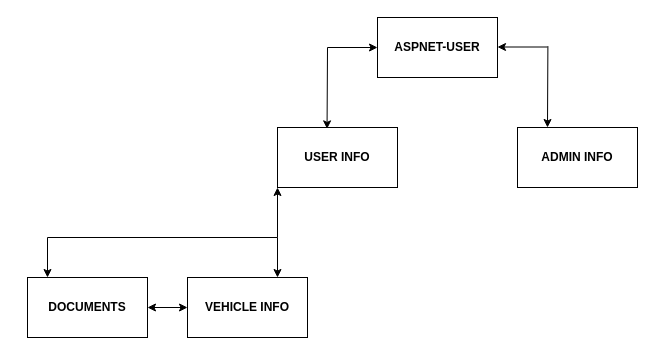
The draw.io diagram Untitled Diagram.drawio in kyree-henry/VMS-Database-Schema, before the edit. Source tidied: cells renumbered, new cells numbered last; positions are measured from the earlier drawing's top-left corner, leaving out a move shared by most shapes. Both pictures are drawn from the tidied source at 100%, with x=0, y=0 at pixel (27, 17).
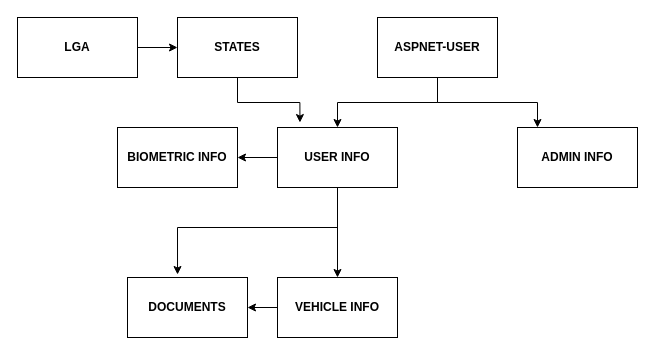
After the change.

Unchanged cells that the change refers to:
```xml
<mxCell id="2" value="&lt;b&gt;ASPNET-USER&lt;/b&gt;" style="rounded=0;whiteSpace=wrap;html=1;" parent="1" vertex="1">
  <mxGeometry x="350" width="120" height="60" as="geometry" />
</mxCell>
<mxCell id="3" value="&lt;b&gt;&lt;font style=&quot;font-size: 12px;&quot;&gt;USER INFO&lt;/font&gt;&lt;/b&gt;" style="rounded=0;whiteSpace=wrap;html=1;" parent="1" vertex="1">
  <mxGeometry x="250" y="110" width="120" height="60" as="geometry" />
</mxCell>
<mxCell id="6" value="&lt;b&gt;&lt;font style=&quot;font-size: 12px;&quot;&gt;ADMIN INFO&lt;/font&gt;&lt;/b&gt;" style="rounded=0;whiteSpace=wrap;html=1;" parent="1" vertex="1">
  <mxGeometry x="490" y="110" width="120" height="60" as="geometry" />
</mxCell>
```

The edit, as a diff of the source:
```diff
@@
+    <mxCell id="16" style="edgeStyle=orthogonalEdgeStyle;rounded=0;jettySize=auto;html=1;fontSize=12;" parent="1" edge="1" source="2" target="3">
+      <mxGeometry relative="1" as="geometry" />
+    </mxCell>
+    <mxCell id="17" style="edgeStyle=orthogonalEdgeStyle;rounded=0;jettySize=auto;html=1;fontSize=12;" parent="1" edge="1" source="2" target="6">
+      <mxGeometry relative="1" as="geometry">
+        <Array as="points">
+          <mxPoint x="410" y="85" />
+          <mxPoint x="510" y="85" />
+        </Array>
+      </mxGeometry>
+    </mxCell>
@@
+    <mxCell id="18" style="edgeStyle=orthogonalEdgeStyle;rounded=0;jettySize=auto;html=1;fontSize=12;" parent="1" edge="1" source="3" target="26">
+      <mxGeometry relative="1" as="geometry" />
+    </mxCell>
+    <mxCell id="19" style="edgeStyle=orthogonalEdgeStyle;rounded=0;jettySize=auto;html=1;fontSize=12;entryX=0.417;entryY=-0.05;entryDx=0;entryDy=0;entryPerimeter=0;exitX=0.5;exitY=1;exitDx=0;exitDy=0;" parent="1" edge="1" source="3" target="10">
+      <mxGeometry relative="1" as="geometry">
+        <Array as="points">
+          <mxPoint x="310" y="210" />
+          <mxPoint x="150" y="210" />
+        </Array>
+      </mxGeometry>
+    </mxCell>
+    <mxCell id="20" style="edgeStyle=orthogonalEdgeStyle;rounded=0;jettySize=auto;html=1;entryX=0.5;entryY=0;entryDx=0;entryDy=0;fontSize=12;" parent="1" edge="1" source="3" target="9">
+      <mxGeometry relative="1" as="geometry" />
+    </mxCell>
@@
-    <mxCell id="4" style="endArrow=classic;html=1;rounded=0;fontSize=14;entryX=0.413;entryY=0.023;entryDx=0;entryDy=0;entryPerimeter=0;" parent="1" edge="1" target="3">
-      <mxGeometry relative="1" as="geometry">
-        <mxPoint x="300" y="30" as="sourcePoint" />
-      </mxGeometry>
-    </mxCell>
-    <mxCell id="5" style="endArrow=classic;html=1;rounded=0;fontSize=14;" parent="1" edge="1">
-      <mxGeometry relative="1" as="geometry">
-        <mxPoint x="300" y="30" as="sourcePoint" />
-        <mxPoint x="350" y="30" as="targetPoint" />
-      </mxGeometry>
-    </mxCell>
@@
-    <mxCell id="7" style="endArrow=classic;html=1;rounded=0;fontSize=14;" parent="1" edge="1">
-      <mxGeometry relative="1" as="geometry">
-        <mxPoint x="520" y="29.5" as="sourcePoint" />
-        <mxPoint x="470" y="29.5" as="targetPoint" />
-      </mxGeometry>
-    </mxCell>
-    <mxCell id="8" style="endArrow=classic;html=1;rounded=0;fontSize=14;entryX=0.413;entryY=0.023;entryDx=0;entryDy=0;entryPerimeter=0;" parent="1" edge="1">
-      <mxGeometry relative="1" as="geometry">
-        <mxPoint x="520.4" y="28.6" as="sourcePoint" />
-        <mxPoint x="520" y="110" as="targetPoint" />
-      </mxGeometry>
-    </mxCell>
+    <mxCell id="21" style="edgeStyle=orthogonalEdgeStyle;rounded=0;jettySize=auto;html=1;fontSize=12;" parent="1" edge="1" source="9" target="10">
+      <mxGeometry relative="1" as="geometry" />
+    </mxCell>
     <mxCell id="9" value="&lt;b&gt;&lt;font style=&quot;font-size: 12px;&quot;&gt;VEHICLE INFO&lt;/font&gt;&lt;/b&gt;" style="rounded=0;whiteSpace=wrap;html=1;" parent="1" vertex="1">
-      <mxGeometry x="160" y="260" width="120" height="60" as="geometry" />
+      <mxGeometry x="250" y="260" width="120" height="60" as="geometry" />
     </mxCell>
     <mxCell id="10" value="&lt;b&gt;&lt;font style=&quot;font-size: 12px;&quot;&gt;DOCUMENTS&lt;/font&gt;&lt;/b&gt;" style="rounded=0;whiteSpace=wrap;html=1;" parent="1" vertex="1">
-      <mxGeometry y="260" width="120" height="60" as="geometry" />
+      <mxGeometry x="100" y="260" width="120" height="60" as="geometry" />
     </mxCell>
-    <mxCell id="11" style="endArrow=classic;startArrow=classic;html=1;rounded=0;fontSize=12;entryX=0;entryY=0.5;entryDx=0;entryDy=0;entryPerimeter=0;exitX=1;exitY=0.5;exitDx=0;exitDy=0;" parent="1" edge="1" source="10" target="9">
-      <mxGeometry relative="1" as="geometry" />
-    </mxCell>
-    <mxCell id="12" style="endArrow=classic;html=1;rounded=0;fontSize=12;entryX=0;entryY=1;entryDx=0;entryDy=0;" parent="1" edge="1" target="3">
-      <mxGeometry relative="1" as="geometry">
-        <mxPoint x="250" y="220" as="sourcePoint" />
-      </mxGeometry>
-    </mxCell>
-    <mxCell id="13" style="endArrow=none;html=1;rounded=0;fontSize=12;" parent="1" edge="1">
-      <mxGeometry relative="1" as="geometry">
-        <mxPoint x="20" y="220" as="sourcePoint" />
-        <mxPoint x="250" y="220" as="targetPoint" />
-      </mxGeometry>
-    </mxCell>
-    <mxCell id="14" style="endArrow=classic;html=1;rounded=0;fontSize=12;" parent="1" edge="1">
-      <mxGeometry relative="1" as="geometry">
-        <mxPoint x="20" y="220" as="sourcePoint" />
-        <mxPoint x="20" y="260" as="targetPoint" />
-      </mxGeometry>
-    </mxCell>
-    <mxCell id="15" style="endArrow=classic;html=1;rounded=0;fontSize=12;entryX=0.163;entryY=-0.05;entryDx=0;entryDy=0;entryPerimeter=0;" parent="1" edge="1">
-      <mxGeometry relative="1" as="geometry">
-        <mxPoint x="250" y="220" as="sourcePoint" />
-        <mxPoint x="250" y="260" as="targetPoint" />
-      </mxGeometry>
-    </mxCell>
+    <mxCell id="22" style="edgeStyle=orthogonalEdgeStyle;rounded=0;jettySize=auto;html=1;fontSize=12;" parent="1" edge="1" source="23" target="25">
+      <mxGeometry relative="1" as="geometry" />
+    </mxCell>
+    <mxCell id="23" value="&lt;b&gt;LGA&lt;/b&gt;" style="rounded=0;whiteSpace=wrap;html=1;" parent="1" vertex="1">
+      <mxGeometry x="-10" width="120" height="60" as="geometry" />
+    </mxCell>
+    <mxCell id="24" style="edgeStyle=orthogonalEdgeStyle;rounded=0;jettySize=auto;html=1;entryX=0.187;entryY=-0.083;entryDx=0;entryDy=0;entryPerimeter=0;fontSize=12;" parent="1" edge="1" source="25" target="3">
+      <mxGeometry relative="1" as="geometry" />
+    </mxCell>
+    <mxCell id="25" value="&lt;b&gt;STATES&lt;/b&gt;" style="rounded=0;whiteSpace=wrap;html=1;" parent="1" vertex="1">
+      <mxGeometry x="150" width="120" height="60" as="geometry" />
+    </mxCell>
+    <mxCell id="26" value="&lt;b&gt;BIOMETRIC INFO&lt;/b&gt;" style="rounded=0;whiteSpace=wrap;html=1;" parent="1" vertex="1">
+      <mxGeometry x="90" y="110" width="120" height="60" as="geometry" />
+    </mxCell>
```
